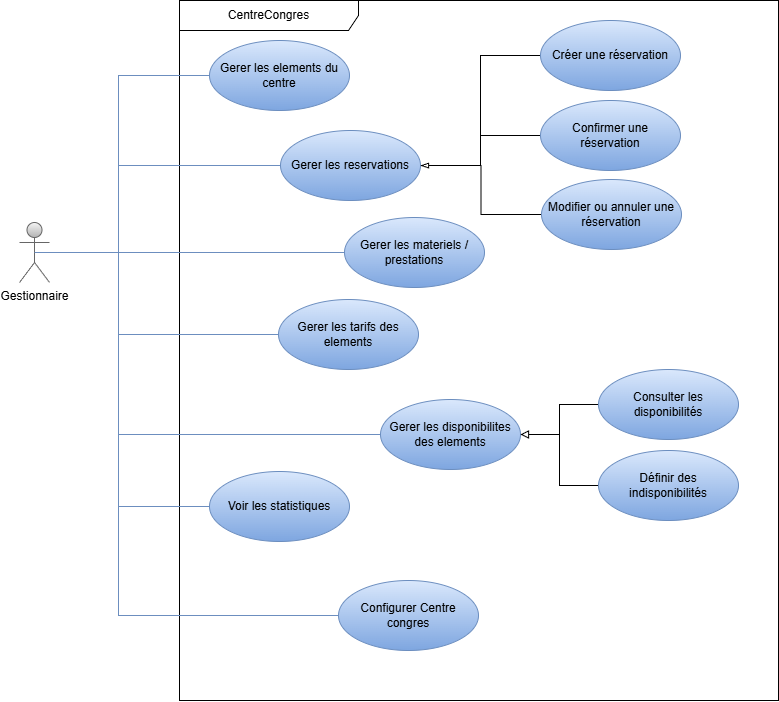
This is usecases/usesCases-diagram.png from annickFeutseu/gestion-centres-congres-bmo, a draw.io export, as it was before one commit. Source tidied: cells renumbered, new cells last; positions are measured from the earlier drawing's top-left corner, leaving out a move shared by most shapes.
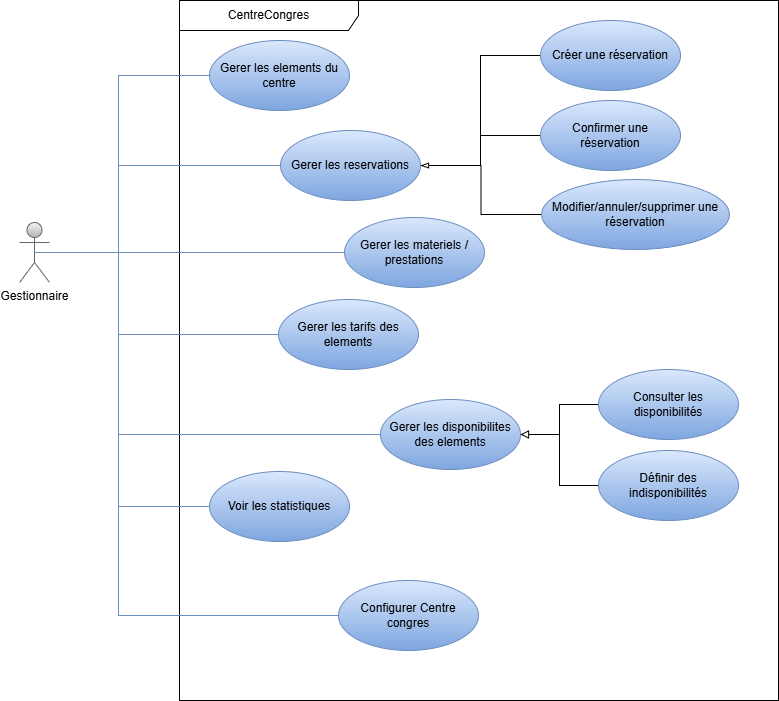
The same diagram one commit later.

The edit, as a diff of the source:
```diff
@@ -56,8 +56,8 @@
     <mxCell id="19" style="edgeStyle=orthogonalEdgeStyle;rounded=0;jettySize=auto;html=1;entryX=1;entryY=0.5;entryDx=0;entryDy=0;endArrow=blockThin;endFill=0;" parent="3" edge="1" source="20" target="5">
       <mxGeometry relative="1" as="geometry" />
     </mxCell>
-    <mxCell id="20" value="&lt;span class=&quot;BZ_Pyq_fadeIn&quot;&gt;Modifier &lt;/span&gt;&lt;span class=&quot;BZ_Pyq_fadeIn&quot;&gt;ou &lt;/span&gt;&lt;span class=&quot;BZ_Pyq_fadeIn&quot;&gt;annuler &lt;/span&gt;&lt;span class=&quot;BZ_Pyq_fadeIn&quot;&gt;une &lt;/span&gt;&lt;span class=&quot;BZ_Pyq_fadeIn&quot;&gt;réservation&lt;/span&gt;" style="ellipse;whiteSpace=wrap;html=1;fillColor=#dae8fc;gradientColor=#7ea6e0;strokeColor=#6c8ebf;" parent="3" vertex="1">
-      <mxGeometry x="362" y="179" width="140" height="70" as="geometry" />
+    <mxCell id="20" value="&lt;span class=&quot;BZ_Pyq_fadeIn&quot;&gt;Modifier/&lt;/span&gt;&lt;span class=&quot;BZ_Pyq_fadeIn&quot;&gt;annuler/supprimer&amp;nbsp;&lt;/span&gt;&lt;span class=&quot;BZ_Pyq_fadeIn&quot;&gt;une &lt;/span&gt;&lt;span class=&quot;BZ_Pyq_fadeIn&quot;&gt;réservation&lt;/span&gt;" style="ellipse;whiteSpace=wrap;html=1;fillColor=#dae8fc;gradientColor=#7ea6e0;strokeColor=#6c8ebf;" parent="3" vertex="1">
+      <mxGeometry x="362" y="179" width="188" height="70" as="geometry" />
     </mxCell>
     <mxCell id="21" style="endArrow=none;html=1;rounded=0;entryX=0;entryY=0.5;entryDx=0;entryDy=0;fillColor=#dae8fc;gradientColor=#7ea6e0;strokeColor=#6c8ebf;" parent="1" edge="1" source="2" target="6">
       <mxGeometry relative="1" as="geometry" />
```
